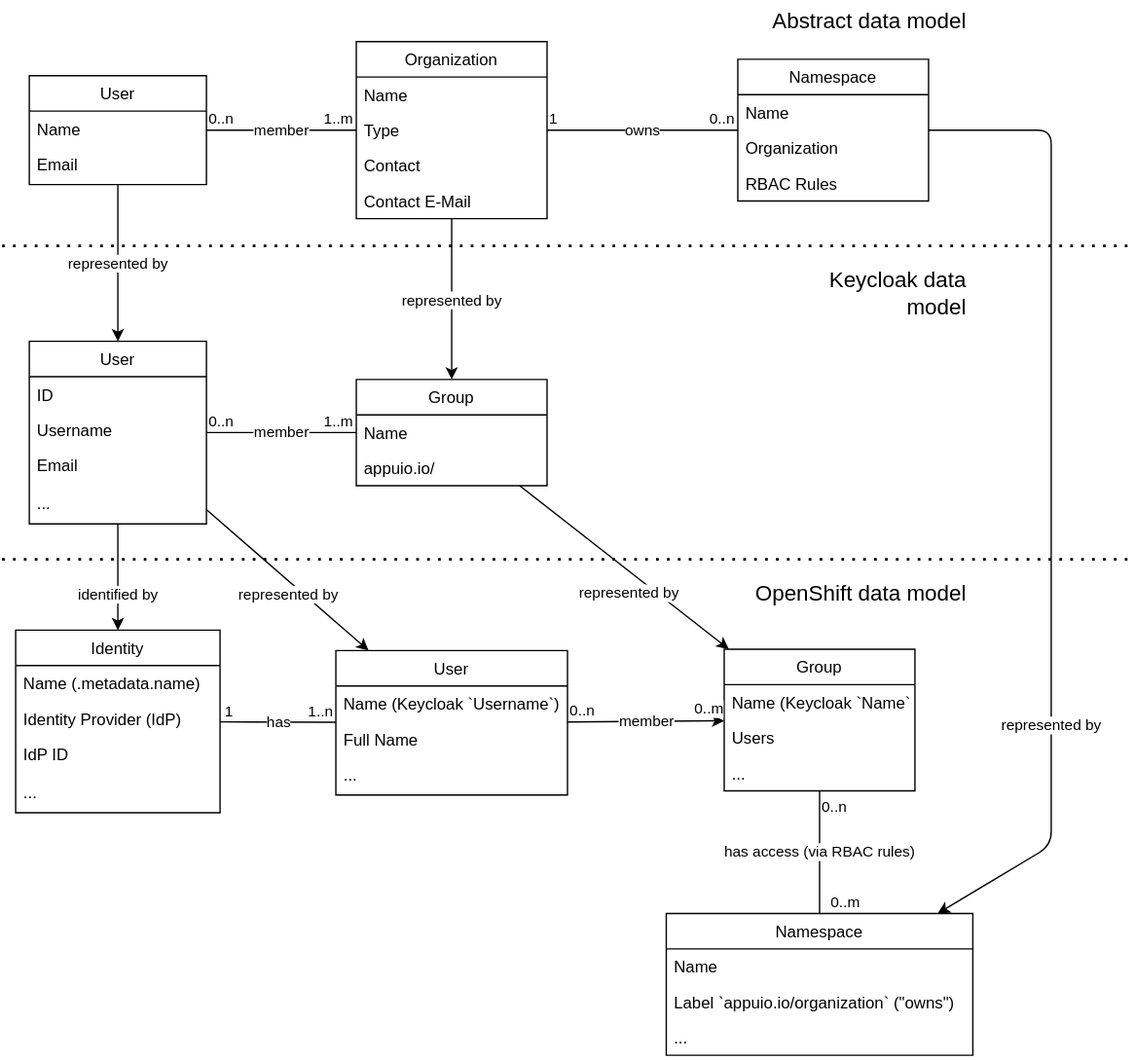
This is docs/modules/ROOT/assets/images/system/keycloak-model.drawio.svg from appuio/appuio-io-docs, a draw.io export, as it was before one commit. Source tidied: cells renumbered, new cells last; positions are measured from the earlier drawing's top-left corner, leaving out a move shared by most shapes.
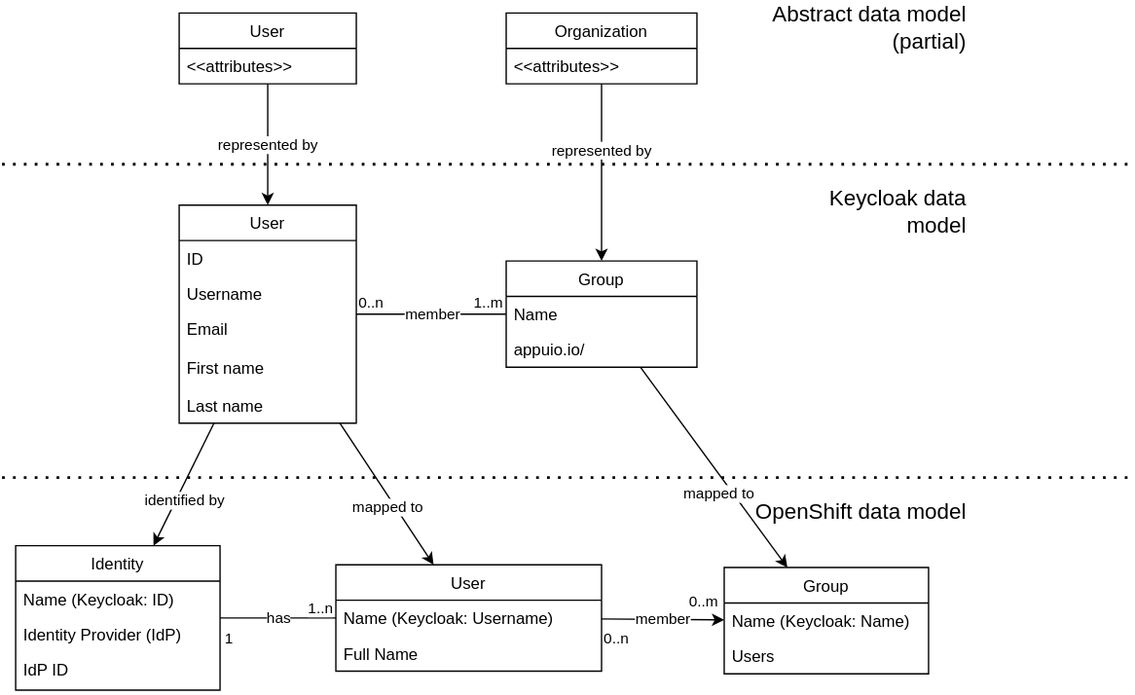
The same file after the commit.

Commit message:
Make it clear that IDP model shows only partially the data model

Change to the diagram source:
```diff
@@ -3,69 +3,17 @@
     <mxCell id="0" />
     <mxCell id="1" parent="0" />
     <mxCell id="2" value="User" style="swimlane;fontStyle=0;horizontal=1;startSize=26;" parent="1" vertex="1">
-      <mxGeometry x="20" y="55" width="130" height="80" as="geometry" />
+      <mxGeometry x="130" y="69" width="130" height="52" as="geometry" />
     </mxCell>
-    <mxCell id="3" value="Name" style="text;strokeColor=none;fillColor=none;align=left;verticalAlign=top;spacingLeft=4;spacingRight=4;overflow=hidden;" parent="2" vertex="1">
-      <mxGeometry y="26" width="130" height="26" as="geometry" />
-    </mxCell>
-    <mxCell id="4" value="Email" style="text;strokeColor=none;fillColor=none;align=left;verticalAlign=top;spacingLeft=4;spacingRight=4;overflow=hidden;" parent="2" vertex="1">
-      <mxGeometry y="52" width="130" height="28" as="geometry" />
-    </mxCell>
+    <mxCell id="80" value="&lt;&lt;attributes&gt;&gt;" style="text;strokeColor=none;fillColor=none;align=left;verticalAlign=top;spacingLeft=4;spacingRight=4;overflow=hidden;" parent="2" vertex="1">
+      <mxGeometry y="26" width="130" height="26" as="geometry" />
+    </mxCell>
     <mxCell id="5" value="Organization" style="swimlane;fontStyle=0;horizontal=1;startSize=26;" parent="1" vertex="1">
-      <mxGeometry x="260" y="30" width="140" height="130" as="geometry" />
+      <mxGeometry x="370" y="69" width="140" height="52" as="geometry" />
     </mxCell>
-    <mxCell id="6" value="Name" style="text;strokeColor=none;fillColor=none;align=left;verticalAlign=top;spacingLeft=4;spacingRight=4;overflow=hidden;" parent="5" vertex="1">
-      <mxGeometry y="26" width="140" height="26" as="geometry" />
-    </mxCell>
-    <mxCell id="7" value="Type" style="text;strokeColor=none;fillColor=none;align=left;verticalAlign=top;spacingLeft=4;spacingRight=4;overflow=hidden;" parent="5" vertex="1">
-      <mxGeometry y="52" width="140" height="26" as="geometry" />
-    </mxCell>
-    <mxCell id="8" value="Contact" style="text;strokeColor=none;fillColor=none;align=left;verticalAlign=top;spacingLeft=4;spacingRight=4;overflow=hidden;" parent="5" vertex="1">
-      <mxGeometry y="78" width="140" height="26" as="geometry" />
-    </mxCell>
-    <mxCell id="9" value="Contact E-Mail" style="text;strokeColor=none;fillColor=none;align=left;verticalAlign=top;spacingLeft=4;spacingRight=4;overflow=hidden;" parent="5" vertex="1">
-      <mxGeometry y="104" width="140" height="26" as="geometry" />
-    </mxCell>
-    <mxCell id="10" value="Namespace" style="swimlane;fontStyle=0;horizontal=1;startSize=26;" parent="1" vertex="1">
-      <mxGeometry x="540" y="43" width="140" height="104" as="geometry" />
-    </mxCell>
-    <mxCell id="11" value="Name" style="text;strokeColor=none;fillColor=none;align=left;verticalAlign=top;spacingLeft=4;spacingRight=4;overflow=hidden;" parent="10" vertex="1">
-      <mxGeometry y="26" width="140" height="26" as="geometry" />
-    </mxCell>
-    <mxCell id="12" value="Organization" style="text;strokeColor=none;fillColor=none;align=left;verticalAlign=top;spacingLeft=4;spacingRight=4;overflow=hidden;" parent="10" vertex="1">
-      <mxGeometry y="52" width="140" height="26" as="geometry" />
-    </mxCell>
-    <mxCell id="13" value="RBAC Rules" style="text;strokeColor=none;fillColor=none;align=left;verticalAlign=top;spacingLeft=4;spacingRight=4;overflow=hidden;" parent="10" vertex="1">
-      <mxGeometry y="78" width="140" height="26" as="geometry" />
-    </mxCell>
-    <mxCell id="14" style="endArrow=none;html=1;endFill=0;" parent="1" edge="1" source="5" target="10">
-      <mxGeometry relative="1" as="geometry" />
-    </mxCell>
-    <mxCell id="15" value="owns" style="edgeLabel;html=1;align=center;verticalAlign=middle;" parent="14" vertex="1">
-      <mxGeometry relative="1" as="geometry" />
-    </mxCell>
-    <mxCell id="16" value="1" style="edgeLabel;html=1;align=left;verticalAlign=bottom;" parent="14" vertex="1">
-      <mxGeometry x="-1" relative="1" as="geometry" />
-    </mxCell>
-    <mxCell id="17" value="0..n" style="edgeLabel;html=1;align=right;verticalAlign=bottom;" parent="14" vertex="1">
-      <mxGeometry x="1" relative="1" as="geometry">
-        <mxPoint x="-2" as="offset" />
-      </mxGeometry>
-    </mxCell>
-    <mxCell id="18" style="html=1;endArrow=none;endFill=0;" parent="1" edge="1" source="2" target="5">
-      <mxGeometry relative="1" as="geometry" />
-    </mxCell>
-    <mxCell id="19" value="member" style="edgeLabel;html=1;align=center;verticalAlign=middle;" parent="18" vertex="1">
-      <mxGeometry relative="1" as="geometry" />
-    </mxCell>
-    <mxCell id="20" value="0..n" style="edgeLabel;html=1;align=left;verticalAlign=bottom;" parent="18" vertex="1">
-      <mxGeometry x="-1" relative="1" as="geometry" />
-    </mxCell>
-    <mxCell id="21" value="1..m" style="edgeLabel;html=1;align=right;verticalAlign=bottom;" parent="18" vertex="1">
-      <mxGeometry x="1" relative="1" as="geometry">
-        <mxPoint x="-2" as="offset" />
-      </mxGeometry>
-    </mxCell>
+    <mxCell id="81" value="&lt;&lt;attributes&gt;&gt;" style="text;strokeColor=none;fillColor=none;align=left;verticalAlign=top;spacingLeft=4;spacingRight=4;overflow=hidden;" parent="5" vertex="1">
+      <mxGeometry y="26" width="140" height="26" as="geometry" />
+    </mxCell>
     <mxCell id="22" style="endArrow=none;dashed=1;html=1;dashPattern=1 3;strokeWidth=2;" parent="1" edge="1">
       <mxGeometry relative="1" as="geometry">
         <mxPoint y="180" as="sourcePoint" />
@@ -73,7 +21,7 @@
       </mxGeometry>
     </mxCell>
     <mxCell id="23" value="User" style="swimlane;fontStyle=0;horizontal=1;startSize=26;" parent="1" vertex="1">
-      <mxGeometry x="20" y="250" width="130" height="134" as="geometry" />
+      <mxGeometry x="130" y="210" width="130" height="160" as="geometry" />
     </mxCell>
     <mxCell id="24" value="ID" style="text;strokeColor=none;fillColor=none;align=left;verticalAlign=top;spacingLeft=4;spacingRight=4;overflow=hidden;" parent="23" vertex="1">
       <mxGeometry y="26" width="130" height="26" as="geometry" />
@@ -84,11 +32,14 @@
     <mxCell id="26" value="Email" style="text;strokeColor=none;fillColor=none;align=left;verticalAlign=top;spacingLeft=4;spacingRight=4;overflow=hidden;" parent="23" vertex="1">
       <mxGeometry y="78" width="130" height="28" as="geometry" />
     </mxCell>
-    <mxCell id="27" value="..." style="text;strokeColor=none;fillColor=none;align=left;verticalAlign=top;spacingLeft=4;spacingRight=4;overflow=hidden;" parent="23" vertex="1">
+    <mxCell id="27" value="First name" style="text;strokeColor=none;fillColor=none;align=left;verticalAlign=top;spacingLeft=4;spacingRight=4;overflow=hidden;" parent="23" vertex="1">
       <mxGeometry y="106" width="130" height="28" as="geometry" />
     </mxCell>
+    <mxCell id="82" value="Last name" style="text;strokeColor=none;fillColor=none;align=left;verticalAlign=top;spacingLeft=4;spacingRight=4;overflow=hidden;" parent="23" vertex="1">
+      <mxGeometry y="134" width="130" height="26" as="geometry" />
+    </mxCell>
     <mxCell id="28" value="Group" style="swimlane;fontStyle=0;horizontal=1;startSize=26;" parent="1" vertex="1">
-      <mxGeometry x="260" y="278" width="140" height="78" as="geometry" />
+      <mxGeometry x="370" y="251" width="140" height="78" as="geometry" />
     </mxCell>
     <mxCell id="29" value="Name" style="text;strokeColor=none;fillColor=none;align=left;verticalAlign=top;spacingLeft=4;spacingRight=4;overflow=hidden;" parent="28" vertex="1">
       <mxGeometry y="26" width="140" height="26" as="geometry" />
@@ -110,8 +61,8 @@
         <mxPoint x="-2" as="offset" />
       </mxGeometry>
     </mxCell>
-    <mxCell id="35" value="&lt;div align=&quot;right&quot;&gt;&lt;font style=&quot;font-size: 16px&quot;&gt;Abstract data model&lt;/font&gt;&lt;/div&gt;" style="text;html=1;strokeColor=none;fillColor=none;align=right;verticalAlign=middle;whiteSpace=wrap;rounded=0;" parent="1" vertex="1">
-      <mxGeometry x="550" width="160" height="30" as="geometry" />
+    <mxCell id="35" value="&lt;div align=&quot;right&quot;&gt;&lt;font style=&quot;font-size: 16px&quot;&gt;Abstract data model (partial)&lt;/font&gt;&lt;/div&gt;" style="text;html=1;strokeColor=none;fillColor=none;align=right;verticalAlign=middle;whiteSpace=wrap;rounded=0;" parent="1" vertex="1">
+      <mxGeometry x="550" y="60" width="160" height="40" as="geometry" />
     </mxCell>
     <mxCell id="36" value="&lt;div align=&quot;right&quot;&gt;&lt;font style=&quot;font-size: 16px&quot;&gt;Keycloak data model&lt;/font&gt;&lt;/div&gt;" style="text;html=1;strokeColor=none;fillColor=none;align=right;verticalAlign=middle;whiteSpace=wrap;rounded=0;" parent="1" vertex="1">
       <mxGeometry x="560" y="200" width="150" height="30" as="geometry" />
@@ -126,7 +77,9 @@
       <mxGeometry relative="1" as="geometry" />
     </mxCell>
     <mxCell id="40" value="represented by" style="edgeLabel;html=1;align=center;verticalAlign=middle;" parent="39" vertex="1">
-      <mxGeometry relative="1" as="geometry" />
+      <mxGeometry relative="1" as="geometry">
+        <mxPoint y="-16" as="offset" />
+      </mxGeometry>
     </mxCell>
     <mxCell id="41" style="endArrow=none;dashed=1;html=1;dashPattern=1 3;strokeWidth=2;" parent="1" edge="1">
       <mxGeometry relative="1" as="geometry">
@@ -138,21 +91,18 @@
       <mxGeometry x="550" y="420" width="160" height="30" as="geometry" />
     </mxCell>
     <mxCell id="43" value="User" style="swimlane;fontStyle=0;horizontal=1;startSize=26;" parent="1" vertex="1">
-      <mxGeometry x="245" y="477" width="170" height="106" as="geometry" />
+      <mxGeometry x="245" y="474" width="195" height="78" as="geometry" />
     </mxCell>
-    <mxCell id="44" value="Name (Keycloak `Username`)" style="text;strokeColor=none;fillColor=none;align=left;verticalAlign=top;spacingLeft=4;spacingRight=4;overflow=hidden;" parent="43" vertex="1">
-      <mxGeometry y="26" width="170" height="26" as="geometry" />
+    <mxCell id="44" value="Name (Keycloak: Username)" style="text;strokeColor=none;fillColor=none;align=left;verticalAlign=top;spacingLeft=4;spacingRight=4;overflow=hidden;" parent="43" vertex="1">
+      <mxGeometry y="26" width="195" height="26" as="geometry" />
     </mxCell>
     <mxCell id="45" value="Full Name" style="text;strokeColor=none;fillColor=none;align=left;verticalAlign=top;spacingLeft=4;spacingRight=4;overflow=hidden;" parent="43" vertex="1">
-      <mxGeometry y="52" width="170" height="26" as="geometry" />
+      <mxGeometry y="52" width="195" height="26" as="geometry" />
     </mxCell>
-    <mxCell id="46" value="..." style="text;strokeColor=none;fillColor=none;align=left;verticalAlign=top;spacingLeft=4;spacingRight=4;overflow=hidden;" parent="43" vertex="1">
-      <mxGeometry y="78" width="170" height="28" as="geometry" />
-    </mxCell>
     <mxCell id="47" value="Identity" style="swimlane;fontStyle=0;horizontal=1;startSize=26;" parent="1" vertex="1">
-      <mxGeometry x="10" y="462" width="150" height="134" as="geometry" />
+      <mxGeometry x="10" y="460" width="150" height="106" as="geometry" />
     </mxCell>
-    <mxCell id="48" value="Name (.metadata.name)" style="text;strokeColor=none;fillColor=none;align=left;verticalAlign=top;spacingLeft=4;spacingRight=4;overflow=hidden;" parent="47" vertex="1">
+    <mxCell id="48" value="Name (Keycloak: ID)" style="text;strokeColor=none;fillColor=none;align=left;verticalAlign=top;spacingLeft=4;spacingRight=4;overflow=hidden;" parent="47" vertex="1">
       <mxGeometry y="26" width="150" height="26" as="geometry" />
     </mxCell>
     <mxCell id="49" value="Identity Provider (IdP)" style="text;strokeColor=none;fillColor=none;align=left;verticalAlign=top;spacingLeft=4;spacingRight=4;overflow=hidden;" parent="47" vertex="1">
@@ -161,9 +111,6 @@
     <mxCell id="50" value="IdP ID" style="text;strokeColor=none;fillColor=none;align=left;verticalAlign=top;spacingLeft=4;spacingRight=4;overflow=hidden;" parent="47" vertex="1">
       <mxGeometry y="78" width="150" height="28" as="geometry" />
     </mxCell>
-    <mxCell id="51" value="..." style="text;strokeColor=none;fillColor=none;align=left;verticalAlign=top;spacingLeft=4;spacingRight=4;overflow=hidden;" parent="47" vertex="1">
-      <mxGeometry y="106" width="150" height="28" as="geometry" />
-    </mxCell>
     <mxCell id="52" style="endArrow=classic;html=1;" parent="1" edge="1" source="23" target="47">
       <mxGeometry relative="1" as="geometry" />
     </mxCell>
@@ -175,7 +122,7 @@
     <mxCell id="54" style="endArrow=classic;html=1;" parent="1" edge="1" source="23" target="43">
       <mxGeometry relative="1" as="geometry" />
     </mxCell>
-    <mxCell id="55" value="represented by" style="edgeLabel;html=1;align=center;verticalAlign=middle;" parent="54" vertex="1">
+    <mxCell id="55" value="mapped to" style="edgeLabel;html=1;align=center;verticalAlign=middle;" parent="54" vertex="1">
       <mxGeometry relative="1" as="geometry">
         <mxPoint y="10" as="offset" />
       </mxGeometry>
@@ -193,21 +140,18 @@
     </mxCell>
     <mxCell id="59" value="1" style="edgeLabel;html=1;align=right;verticalAlign=bottom;" parent="56" vertex="1">
       <mxGeometry x="1" relative="1" as="geometry">
-        <mxPoint x="10" y="1" as="offset" />
+        <mxPoint x="10" y="23" as="offset" />
       </mxGeometry>
     </mxCell>
     <mxCell id="60" value="Group" style="swimlane;fontStyle=0;horizontal=1;startSize=26;" parent="1" vertex="1">
-      <mxGeometry x="530" y="476" width="140" height="104" as="geometry" />
+      <mxGeometry x="530" y="476" width="150" height="78" as="geometry" />
     </mxCell>
-    <mxCell id="61" value="Name (Keycloak `Name`)" style="text;strokeColor=none;fillColor=none;align=left;verticalAlign=top;spacingLeft=4;spacingRight=4;overflow=hidden;" parent="60" vertex="1">
-      <mxGeometry y="26" width="140" height="26" as="geometry" />
+    <mxCell id="61" value="Name (Keycloak: Name)" style="text;strokeColor=none;fillColor=none;align=left;verticalAlign=top;spacingLeft=4;spacingRight=4;overflow=hidden;" parent="60" vertex="1">
+      <mxGeometry y="26" width="150" height="26" as="geometry" />
     </mxCell>
     <mxCell id="62" value="Users" style="text;strokeColor=none;fillColor=none;align=left;verticalAlign=top;spacingLeft=4;spacingRight=4;overflow=hidden;" parent="60" vertex="1">
-      <mxGeometry y="52" width="140" height="26" as="geometry" />
+      <mxGeometry y="52" width="150" height="26" as="geometry" />
     </mxCell>
-    <mxCell id="63" value="..." style="text;strokeColor=none;fillColor=none;align=left;verticalAlign=top;spacingLeft=4;spacingRight=4;overflow=hidden;" parent="60" vertex="1">
-      <mxGeometry y="78" width="140" height="26" as="geometry" />
-    </mxCell>
     <mxCell id="64" style="endArrow=classic;html=1;" parent="1" edge="1" source="43" target="60">
       <mxGeometry relative="1" as="geometry" />
     </mxCell>
@@ -215,56 +159,19 @@
       <mxGeometry relative="1" as="geometry" />
     </mxCell>
     <mxCell id="66" value="0..n" style="edgeLabel;html=1;align=left;verticalAlign=bottom;" parent="64" vertex="1">
-      <mxGeometry x="-1" relative="1" as="geometry" />
+      <mxGeometry x="-1" relative="1" as="geometry">
+        <mxPoint y="23" as="offset" />
+      </mxGeometry>
     </mxCell>
     <mxCell id="67" value="0..m" style="edgeLabel;html=1;align=right;verticalAlign=bottom;" parent="64" vertex="1">
-      <mxGeometry x="1" relative="1" as="geometry" />
+      <mxGeometry x="1" relative="1" as="geometry">
+        <mxPoint x="-4" y="-5" as="offset" />
+      </mxGeometry>
     </mxCell>
-    <mxCell id="68" value="Namespace" style="swimlane;fontStyle=0;horizontal=1;startSize=26;" parent="1" vertex="1">
-      <mxGeometry x="487.5" y="670" width="225" height="104" as="geometry" />
-    </mxCell>
-    <mxCell id="69" value="Name" style="text;strokeColor=none;fillColor=none;align=left;verticalAlign=top;spacingLeft=4;spacingRight=4;overflow=hidden;" parent="68" vertex="1">
-      <mxGeometry y="26" width="225" height="26" as="geometry" />
-    </mxCell>
-    <mxCell id="70" value="Label `appuio.io/organization` (&quot;owns&quot;)" style="text;strokeColor=none;fillColor=none;align=left;verticalAlign=top;spacingLeft=4;spacingRight=4;overflow=hidden;" parent="68" vertex="1">
-      <mxGeometry y="52" width="225" height="26" as="geometry" />
-    </mxCell>
-    <mxCell id="71" value="..." style="text;strokeColor=none;fillColor=none;align=left;verticalAlign=top;spacingLeft=4;spacingRight=4;overflow=hidden;" parent="68" vertex="1">
-      <mxGeometry y="78" width="225" height="26" as="geometry" />
-    </mxCell>
-    <mxCell id="72" style="endArrow=none;html=1;endFill=0;" parent="1" edge="1" source="60" target="68">
-      <mxGeometry relative="1" as="geometry" />
-    </mxCell>
-    <mxCell id="73" value="has access (via RBAC rules)" style="edgeLabel;html=1;align=center;verticalAlign=middle;" parent="72" vertex="1">
-      <mxGeometry relative="1" as="geometry" />
-    </mxCell>
-    <mxCell id="74" value="0..n" style="edgeLabel;html=1;align=left;verticalAlign=bottom;" parent="72" vertex="1">
-      <mxGeometry x="-1" relative="1" as="geometry">
-        <mxPoint y="20" as="offset" />
-      </mxGeometry>
-    </mxCell>
-    <mxCell id="75" value="0..m" style="edgeLabel;html=1;align=right;verticalAlign=bottom;" parent="72" vertex="1">
-      <mxGeometry x="1" relative="1" as="geometry">
-        <mxPoint x="30" as="offset" />
-      </mxGeometry>
-    </mxCell>
-    <mxCell id="76" style="endArrow=classic;html=1;" parent="1" edge="1" source="10" target="68">
-      <mxGeometry relative="1" as="geometry">
-        <Array as="points">
-          <mxPoint x="770" y="95" />
-          <mxPoint x="770" y="620" />
-        </Array>
-      </mxGeometry>
-    </mxCell>
-    <mxCell id="77" value="represented by" style="edgeLabel;html=1;align=center;verticalAlign=middle;" parent="76" vertex="1">
-      <mxGeometry relative="1" as="geometry">
-        <mxPoint y="171" as="offset" />
-      </mxGeometry>
-    </mxCell>
     <mxCell id="78" style="endArrow=classic;html=1;" parent="1" edge="1" source="28" target="60">
       <mxGeometry relative="1" as="geometry" />
     </mxCell>
-    <mxCell id="79" value="represented by" style="edgeLabel;html=1;align=center;verticalAlign=middle;" parent="78" vertex="1">
+    <mxCell id="79" value="mapped to" style="edgeLabel;html=1;align=center;verticalAlign=middle;" parent="78" vertex="1">
       <mxGeometry relative="1" as="geometry">
         <mxPoint x="3" y="19" as="offset" />
       </mxGeometry>
```
